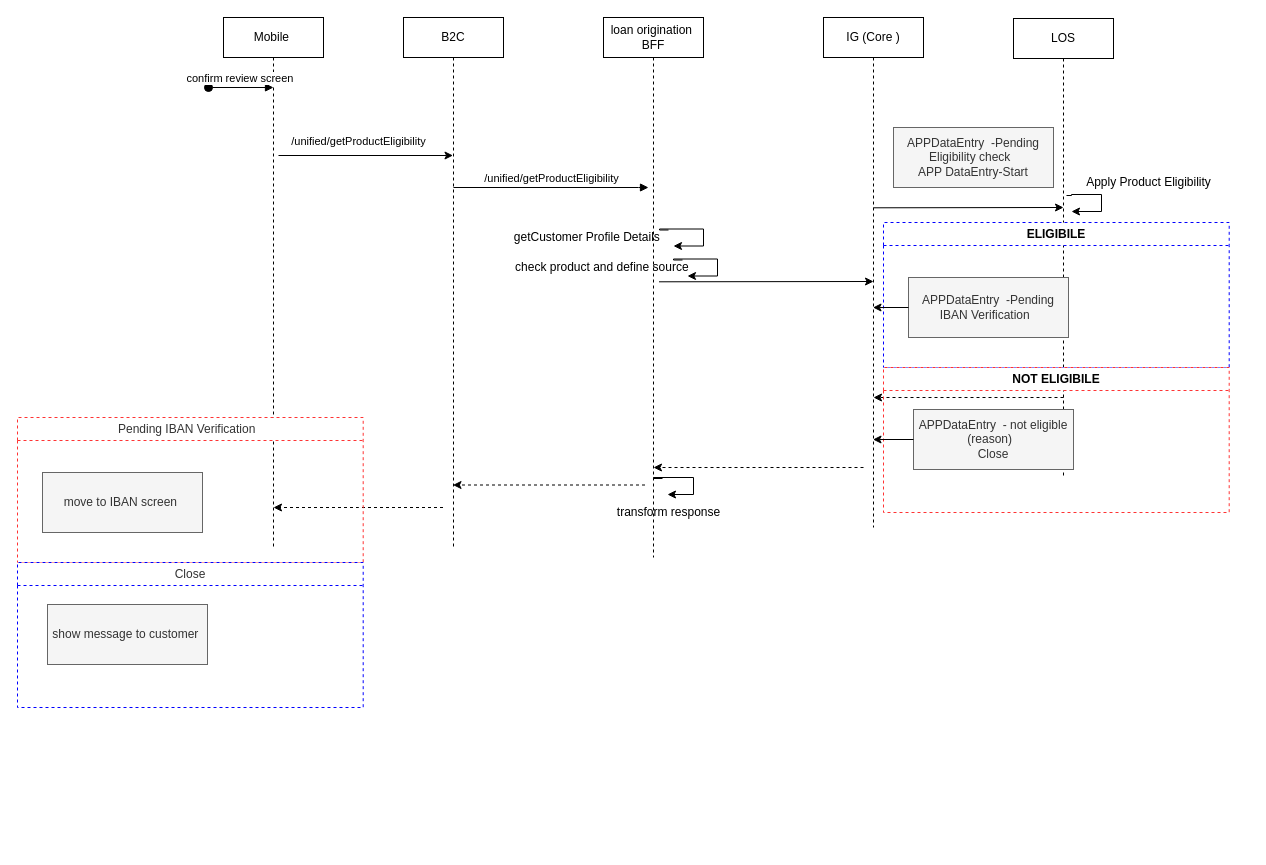
This is page "Product Eligibility" (19 of 22) of Migration Onboarding & origination Flow .drawio from MHosnii/DrawIo, a draw.io file, before an edit. Source tidied: cells renumbered, new cells numbered last; positions are measured from the earlier drawing's top-left corner, leaving out a move shared by most shapes. Both pictures are drawn from the tidied source at 100%, with x=0, y=0 at pixel (17, 17).
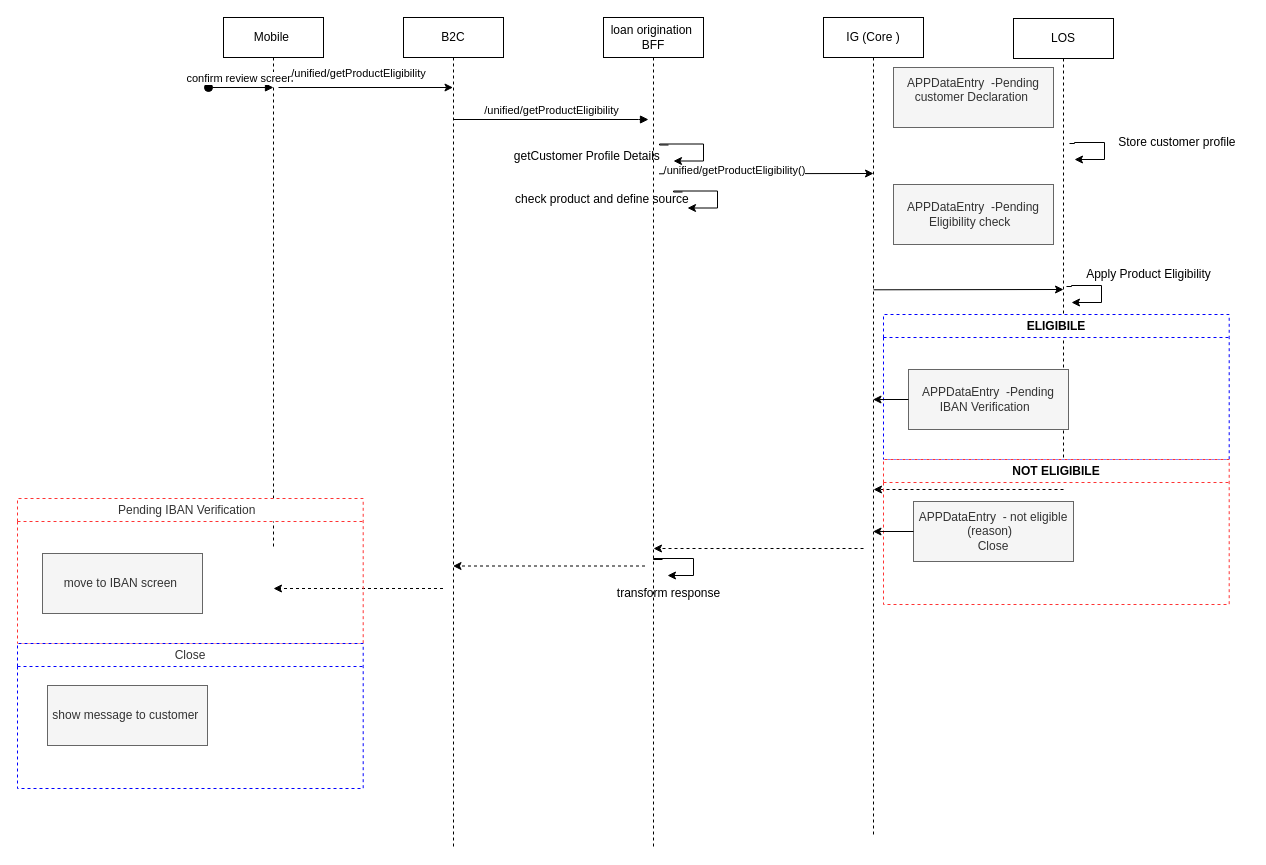
After the change.

Unchanged cells that the change refers to:
```xml
<mxCell id="23" value="APPDataEntry&amp;nbsp; -Pending IBAN Verification&amp;nbsp;&amp;nbsp;" style="text;html=1;align=center;verticalAlign=middle;whiteSpace=wrap;rounded=0;fillColor=#f5f5f5;fontColor=#333333;strokeColor=#666666;" parent="22" vertex="1">
  <mxGeometry x="25" y="55" width="160" height="60" as="geometry" />
</mxCell>
<mxCell id="25" value="APPDataEntry&amp;nbsp; - not eligible (reason)&amp;nbsp;&amp;nbsp;&lt;div&gt;Close&lt;/div&gt;" style="text;html=1;align=center;verticalAlign=middle;whiteSpace=wrap;rounded=0;fillColor=#f5f5f5;fontColor=#333333;strokeColor=#666666;" parent="24" vertex="1">
  <mxGeometry x="30" y="42" width="160" height="60" as="geometry" />
</mxCell>
```

What changed in the source:
```diff
@@
     <mxCell id="2" value="B2C" style="shape=umlLifeline;perimeter=lifelinePerimeter;whiteSpace=wrap;html=1;outlineConnect=0;portConstraint=eastwest;newEdgeStyle={&quot;edgeStyle&quot;:&quot;elbowEdgeStyle&quot;,&quot;elbow&quot;:&quot;vertical&quot;,&quot;curved&quot;:0,&quot;rounded&quot;:0};" parent="1" vertex="1">
-      <mxGeometry x="386" width="100" height="530" as="geometry" />
+      <mxGeometry x="386" width="100" height="830" as="geometry" />
     </mxCell>
     <mxCell id="3" value="/unified/getProductEligibility" style="html=1;verticalAlign=bottom;endArrow=block;edgeStyle=elbowEdgeStyle;elbow=vertical;curved=0;rounded=0;" parent="1" edge="1">
       <mxGeometry x="0.01" relative="1" as="geometry">
-        <mxPoint x="436" y="170" as="sourcePoint" />
-        <mxPoint x="631" y="170" as="targetPoint" />
+        <mxPoint x="436" y="102" as="sourcePoint" />
+        <mxPoint x="631" y="102" as="targetPoint" />
         <Array as="points">
-          <mxPoint x="621" y="170" />
+          <mxPoint x="621" y="102" />
         </Array>
       </mxGeometry>
     </mxCell>
     <mxCell id="4" value="loan origination&amp;nbsp; BFF" style="shape=umlLifeline;perimeter=lifelinePerimeter;whiteSpace=wrap;html=1;newEdgeStyle={&quot;edgeStyle&quot;:&quot;elbowEdgeStyle&quot;,&quot;elbow&quot;:&quot;vertical&quot;,&quot;curved&quot;:0,&quot;rounded&quot;:0};" parent="1" vertex="1">
-      <mxGeometry x="586" width="100" height="540" as="geometry" />
+      <mxGeometry x="586" width="100" height="830" as="geometry" />
     </mxCell>
     <mxCell id="5" value="IG (Core )" style="shape=umlLifeline;perimeter=lifelinePerimeter;whiteSpace=wrap;html=1;outlineConnect=0;portConstraint=eastwest;newEdgeStyle={&quot;edgeStyle&quot;:&quot;elbowEdgeStyle&quot;,&quot;elbow&quot;:&quot;vertical&quot;,&quot;curved&quot;:0,&quot;rounded&quot;:0};" parent="1" vertex="1">
-      <mxGeometry x="806" width="100" height="510" as="geometry" />
+      <mxGeometry x="806" width="100" height="820" as="geometry" />
     </mxCell>
@@
     <mxCell id="7" style="edgeStyle=elbowEdgeStyle;rounded=0;orthogonalLoop=1;jettySize=auto;html=1;elbow=vertical;curved=0;" parent="1" edge="1">
       <mxGeometry relative="1" as="geometry">
-        <mxPoint x="641.5" y="264.3" as="sourcePoint" />
-        <mxPoint x="856" y="264" as="targetPoint" />
+        <mxPoint x="641.5" y="156.3" as="sourcePoint" />
+        <mxPoint x="856" y="156" as="targetPoint" />
       </mxGeometry>
     </mxCell>
+    <mxCell id="36" value="/unified/getProductEligibility()" style="edgeLabel;html=1;align=center;verticalAlign=middle;" parent="7" vertex="1">
+      <mxGeometry x="-0.3" y="4" relative="1" as="geometry" />
+    </mxCell>
     <mxCell id="8" style="edgeStyle=elbowEdgeStyle;rounded=0;orthogonalLoop=1;jettySize=auto;html=1;elbow=vertical;curved=0;dashed=1;" parent="1" edge="1">
       <mxGeometry relative="1" as="geometry">
-        <mxPoint x="846" y="450" as="sourcePoint" />
-        <mxPoint x="636" y="450" as="targetPoint" />
+        <mxPoint x="846" y="531" as="sourcePoint" />
+        <mxPoint x="636" y="531" as="targetPoint" />
       </mxGeometry>
     </mxCell>
-    <mxCell id="9" style="rounded=0;jettySize=auto;html=1;elbow=vertical;dashed=1;" parent="1" edge="1" target="2">
+    <mxCell id="9" style="rounded=0;orthogonalLoop=1;jettySize=auto;html=1;elbow=vertical;dashed=1;" parent="1" edge="1">
       <mxGeometry relative="1" as="geometry">
-        <mxPoint x="627.5" y="467.5" as="sourcePoint" />
+        <mxPoint x="627.5" y="548.5" as="sourcePoint" />
+        <mxPoint x="435.5" y="548.5" as="targetPoint" />
       </mxGeometry>
     </mxCell>
@@
-    <mxCell id="12" style="rounded=0;jettySize=auto;html=1;elbow=vertical;" parent="1" edge="1" target="2">
+    <mxCell id="12" style="rounded=0;orthogonalLoop=1;jettySize=auto;html=1;elbow=vertical;" parent="1" edge="1">
       <mxGeometry relative="1" as="geometry">
-        <mxPoint x="261" y="138" as="sourcePoint" />
+        <mxPoint x="261" y="70" as="sourcePoint" />
+        <mxPoint x="435.5" y="70" as="targetPoint" />
       </mxGeometry>
     </mxCell>
@@
     <mxCell id="14" style="edgeStyle=elbowEdgeStyle;rounded=0;orthogonalLoop=1;jettySize=auto;html=1;elbow=vertical;curved=0;dashed=1;" parent="1" edge="1">
       <mxGeometry relative="1" as="geometry">
-        <mxPoint x="425.5" y="490" as="sourcePoint" />
-        <mxPoint x="256" y="490" as="targetPoint" />
+        <mxPoint x="425.5" y="571" as="sourcePoint" />
+        <mxPoint x="256" y="571" as="targetPoint" />
       </mxGeometry>
     </mxCell>
     <mxCell id="15" style="edgeStyle=orthogonalEdgeStyle;rounded=0;orthogonalLoop=1;jettySize=auto;html=1;entryX=1;entryY=0.567;entryDx=0;entryDy=0;entryPerimeter=0;exitX=0.975;exitY=0.033;exitDx=0;exitDy=0;exitPerimeter=0;" parent="1" edge="1">
       <mxGeometry relative="1" as="geometry">
-        <mxPoint x="1049" y="178" as="sourcePoint" />
-        <mxPoint x="1054" y="194" as="targetPoint" />
+        <mxPoint x="1049" y="269" as="sourcePoint" />
+        <mxPoint x="1054" y="285" as="targetPoint" />
         <Array as="points">
-          <mxPoint x="1054" y="178" />
-          <mxPoint x="1054" y="177" />
-          <mxPoint x="1084" y="177" />
-          <mxPoint x="1084" y="194" />
+          <mxPoint x="1054" y="269" />
+          <mxPoint x="1054" y="268" />
+          <mxPoint x="1084" y="268" />
+          <mxPoint x="1084" y="285" />
         </Array>
       </mxGeometry>
     </mxCell>
     <mxCell id="16" style="edgeStyle=elbowEdgeStyle;rounded=0;orthogonalLoop=1;jettySize=auto;html=1;elbow=vertical;curved=0;" parent="1" edge="1">
       <mxGeometry relative="1" as="geometry">
-        <mxPoint x="856" y="190.3" as="sourcePoint" />
-        <mxPoint x="1046" y="190" as="targetPoint" />
+        <mxPoint x="856" y="272.3" as="sourcePoint" />
+        <mxPoint x="1046" y="272" as="targetPoint" />
         <Array as="points">
-          <mxPoint x="866" y="190" />
+          <mxPoint x="866" y="272" />
         </Array>
       </mxGeometry>
     </mxCell>
     <mxCell id="17" style="edgeStyle=elbowEdgeStyle;rounded=0;orthogonalLoop=1;jettySize=auto;html=1;elbow=vertical;curved=0;dashed=1;" parent="1" edge="1">
       <mxGeometry relative="1" as="geometry">
-        <mxPoint x="1046" y="380" as="sourcePoint" />
-        <mxPoint x="856" y="380" as="targetPoint" />
+        <mxPoint x="1046" y="472" as="sourcePoint" />
+        <mxPoint x="856" y="472" as="targetPoint" />
       </mxGeometry>
     </mxCell>
-    <mxCell id="18" value="APPDataEntry&amp;nbsp; -Pending Eligibility check&amp;nbsp;&amp;nbsp;&lt;div&gt;APP DataEntry-Start&lt;/div&gt;" style="text;html=1;align=center;verticalAlign=middle;whiteSpace=wrap;rounded=0;fillColor=#f5f5f5;fontColor=#333333;strokeColor=#666666;" parent="1" vertex="1">
-      <mxGeometry x="876" y="110" width="160" height="60" as="geometry" />
+    <mxCell id="18" value="APPDataEntry&amp;nbsp; -Pending Eligibility check&amp;nbsp;&amp;nbsp;" style="text;html=1;align=center;verticalAlign=middle;whiteSpace=wrap;rounded=0;fillColor=#f5f5f5;fontColor=#333333;strokeColor=#666666;" parent="1" vertex="1">
+      <mxGeometry x="876" y="167" width="160" height="60" as="geometry" />
     </mxCell>
     <mxCell id="19" value="check product and define source&amp;nbsp;" style="text;html=1;align=center;verticalAlign=middle;strokeColor=none;fillColor=none;" parent="1" vertex="1">
-      <mxGeometry x="486" y="235" width="200" height="30" as="geometry" />
+      <mxGeometry x="486" y="167" width="200" height="30" as="geometry" />
     </mxCell>
     <mxCell id="20" style="edgeStyle=orthogonalEdgeStyle;rounded=0;orthogonalLoop=1;jettySize=auto;html=1;entryX=1;entryY=0.567;entryDx=0;entryDy=0;entryPerimeter=0;exitX=0.975;exitY=0.033;exitDx=0;exitDy=0;exitPerimeter=0;" parent="1" edge="1">
       <mxGeometry relative="1" as="geometry">
-        <mxPoint x="665" y="242.5" as="sourcePoint" />
-        <mxPoint x="670" y="258.5" as="targetPoint" />
+        <mxPoint x="665" y="174.5" as="sourcePoint" />
+        <mxPoint x="670" y="190.5" as="targetPoint" />
         <Array as="points">
-          <mxPoint x="656" y="242.5" />
-          <mxPoint x="656" y="241.5" />
-          <mxPoint x="700" y="241.5" />
-          <mxPoint x="700" y="258.5" />
+          <mxPoint x="656" y="174.5" />
+          <mxPoint x="656" y="173.5" />
+          <mxPoint x="700" y="173.5" />
+          <mxPoint x="700" y="190.5" />
         </Array>
       </mxGeometry>
     </mxCell>
     <mxCell id="21" value="getCustomer Profile Details&amp;nbsp;" style="text;html=1;align=center;verticalAlign=middle;strokeColor=none;fillColor=none;" parent="1" vertex="1">
-      <mxGeometry x="486" y="205" width="170" height="30" as="geometry" />
+      <mxGeometry x="486" y="124" width="170" height="30" as="geometry" />
     </mxCell>
     <mxCell id="22" value="ELIGIBILE" style="swimlane;whiteSpace=wrap;html=1;strokeWidth=1;dashed=1;strokeColor=#0000FF;" parent="1" vertex="1">
-      <mxGeometry x="866" y="205" width="345.7" height="145" as="geometry" />
+      <mxGeometry x="866" y="297" width="345.7" height="145" as="geometry" />
     </mxCell>
@@
     <mxCell id="24" value="NOT ELIGIBILE" style="swimlane;whiteSpace=wrap;html=1;strokeWidth=1;dashed=1;strokeColor=#FF3333;startSize=23;" parent="1" vertex="1">
-      <mxGeometry x="866" y="350" width="345.7" height="145" as="geometry" />
+      <mxGeometry x="866" y="442" width="345.7" height="145" as="geometry" />
     </mxCell>
@@
     <mxCell id="26" style="edgeStyle=orthogonalEdgeStyle;rounded=0;orthogonalLoop=1;jettySize=auto;html=1;entryX=1;entryY=0.567;entryDx=0;entryDy=0;entryPerimeter=0;exitX=0.975;exitY=0.033;exitDx=0;exitDy=0;exitPerimeter=0;" parent="1" edge="1">
       <mxGeometry relative="1" as="geometry">
-        <mxPoint x="651" y="212.5" as="sourcePoint" />
-        <mxPoint x="656" y="228.5" as="targetPoint" />
+        <mxPoint x="651" y="127.5" as="sourcePoint" />
+        <mxPoint x="656" y="143.5" as="targetPoint" />
         <Array as="points">
-          <mxPoint x="642" y="212.5" />
-          <mxPoint x="642" y="211.5" />
-          <mxPoint x="686" y="211.5" />
-          <mxPoint x="686" y="228.5" />
+          <mxPoint x="642" y="127.5" />
+          <mxPoint x="642" y="126.5" />
+          <mxPoint x="686" y="126.5" />
+          <mxPoint x="686" y="143.5" />
         </Array>
       </mxGeometry>
     </mxCell>
     <mxCell id="27" value="Apply Product Eligibility" style="text;html=1;align=center;verticalAlign=middle;strokeColor=none;fillColor=none;" parent="1" vertex="1">
-      <mxGeometry x="1056" y="150" width="150" height="30" as="geometry" />
+      <mxGeometry x="1056" y="242" width="150" height="30" as="geometry" />
     </mxCell>
-    <mxCell id="28" style="edgeStyle=none;shape=connector;curved=0;rounded=0;jettySize=auto;html=1;strokeColor=default;align=center;verticalAlign=middle;fontFamily=Helvetica;fontSize=11;fontColor=default;labelBackgroundColor=default;endArrow=classic;" parent="1" edge="1" source="23" target="5">
-      <mxGeometry relative="1" as="geometry" />
+    <mxCell id="28" style="edgeStyle=none;shape=connector;curved=0;rounded=0;jettySize=auto;html=1;strokeColor=default;align=center;verticalAlign=middle;fontFamily=Helvetica;fontSize=11;fontColor=default;labelBackgroundColor=default;endArrow=classic;" parent="1" edge="1" source="23">
+      <mxGeometry relative="1" as="geometry">
+        <mxPoint x="855.5" y="382" as="targetPoint" />
+      </mxGeometry>
     </mxCell>
     <mxCell id="29" style="edgeStyle=orthogonalEdgeStyle;rounded=0;orthogonalLoop=1;jettySize=auto;html=1;entryX=1;entryY=0.567;entryDx=0;entryDy=0;entryPerimeter=0;exitX=0.975;exitY=0.033;exitDx=0;exitDy=0;exitPerimeter=0;" parent="1" edge="1">
       <mxGeometry relative="1" as="geometry">
-        <mxPoint x="645" y="461" as="sourcePoint" />
-        <mxPoint x="650" y="477" as="targetPoint" />
+        <mxPoint x="645" y="542" as="sourcePoint" />
+        <mxPoint x="650" y="558" as="targetPoint" />
         <Array as="points">
-          <mxPoint x="636" y="461" />
-          <mxPoint x="676" y="460" />
-          <mxPoint x="676" y="477" />
+          <mxPoint x="636" y="542" />
+          <mxPoint x="676" y="541" />
+          <mxPoint x="676" y="558" />
         </Array>
       </mxGeometry>
     </mxCell>
     <mxCell id="30" value="transform response" style="text;html=1;align=center;verticalAlign=middle;strokeColor=none;fillColor=none;" parent="1" vertex="1">
-      <mxGeometry x="586" y="480" width="130" height="30" as="geometry" />
+      <mxGeometry x="586" y="561" width="130" height="30" as="geometry" />
     </mxCell>
     <mxCell id="31" value="&lt;span style=&quot;color: rgb(51, 51, 51); font-weight: 400;&quot;&gt;Pending IBAN Verification&amp;nbsp;&amp;nbsp;&lt;/span&gt;" style="swimlane;whiteSpace=wrap;html=1;strokeWidth=1;dashed=1;strokeColor=#FF3333;" parent="1" vertex="1">
-      <mxGeometry y="400" width="345.7" height="145" as="geometry" />
+      <mxGeometry y="481" width="345.7" height="145" as="geometry" />
     </mxCell>
@@
     <mxCell id="33" value="&lt;div style=&quot;color: rgb(51, 51, 51); font-weight: 400;&quot;&gt;Close&lt;/div&gt;" style="swimlane;whiteSpace=wrap;html=1;strokeWidth=1;dashed=1;strokeColor=#0000FF;startSize=23;" parent="1" vertex="1">
-      <mxGeometry y="545" width="345.7" height="145" as="geometry" />
+      <mxGeometry y="626" width="345.7" height="145" as="geometry" />
     </mxCell>
@@
-    <mxCell id="35" style="edgeStyle=none;shape=connector;curved=0;rounded=0;jettySize=auto;html=1;strokeColor=default;align=center;verticalAlign=middle;fontFamily=Helvetica;fontSize=11;fontColor=default;labelBackgroundColor=default;endArrow=classic;" parent="1" edge="1" source="25" target="5">
-      <mxGeometry relative="1" as="geometry" />
+    <mxCell id="35" style="edgeStyle=none;shape=connector;curved=0;rounded=0;jettySize=auto;html=1;strokeColor=default;align=center;verticalAlign=middle;fontFamily=Helvetica;fontSize=11;fontColor=default;labelBackgroundColor=default;endArrow=classic;" parent="1" edge="1" source="25">
+      <mxGeometry relative="1" as="geometry">
+        <mxPoint x="855.5" y="514" as="targetPoint" />
+      </mxGeometry>
     </mxCell>
+    <mxCell id="37" style="edgeStyle=orthogonalEdgeStyle;rounded=0;orthogonalLoop=1;jettySize=auto;html=1;entryX=1;entryY=0.567;entryDx=0;entryDy=0;entryPerimeter=0;exitX=0.975;exitY=0.033;exitDx=0;exitDy=0;exitPerimeter=0;" parent="1" edge="1">
+      <mxGeometry relative="1" as="geometry">
+        <mxPoint x="1052" y="126" as="sourcePoint" />
+        <mxPoint x="1057" y="142" as="targetPoint" />
+        <Array as="points">
+          <mxPoint x="1057" y="126" />
+          <mxPoint x="1057" y="125" />
+          <mxPoint x="1087" y="125" />
+          <mxPoint x="1087" y="142" />
+        </Array>
+      </mxGeometry>
+    </mxCell>
+    <mxCell id="38" value="Store customer profile&amp;nbsp;" style="text;html=1;align=center;verticalAlign=middle;strokeColor=none;fillColor=none;" parent="1" vertex="1">
+      <mxGeometry x="1091" y="110" width="140" height="30" as="geometry" />
+    </mxCell>
+    <mxCell id="39" value="APPDataEntry&amp;nbsp; -Pending customer Declaration&amp;nbsp;&lt;div&gt;&lt;br&gt;&lt;/div&gt;" style="text;html=1;align=center;verticalAlign=middle;whiteSpace=wrap;rounded=0;fillColor=#f5f5f5;fontColor=#333333;strokeColor=#666666;" parent="1" vertex="1">
+      <mxGeometry x="876" y="50" width="160" height="60" as="geometry" />
+    </mxCell>
```
